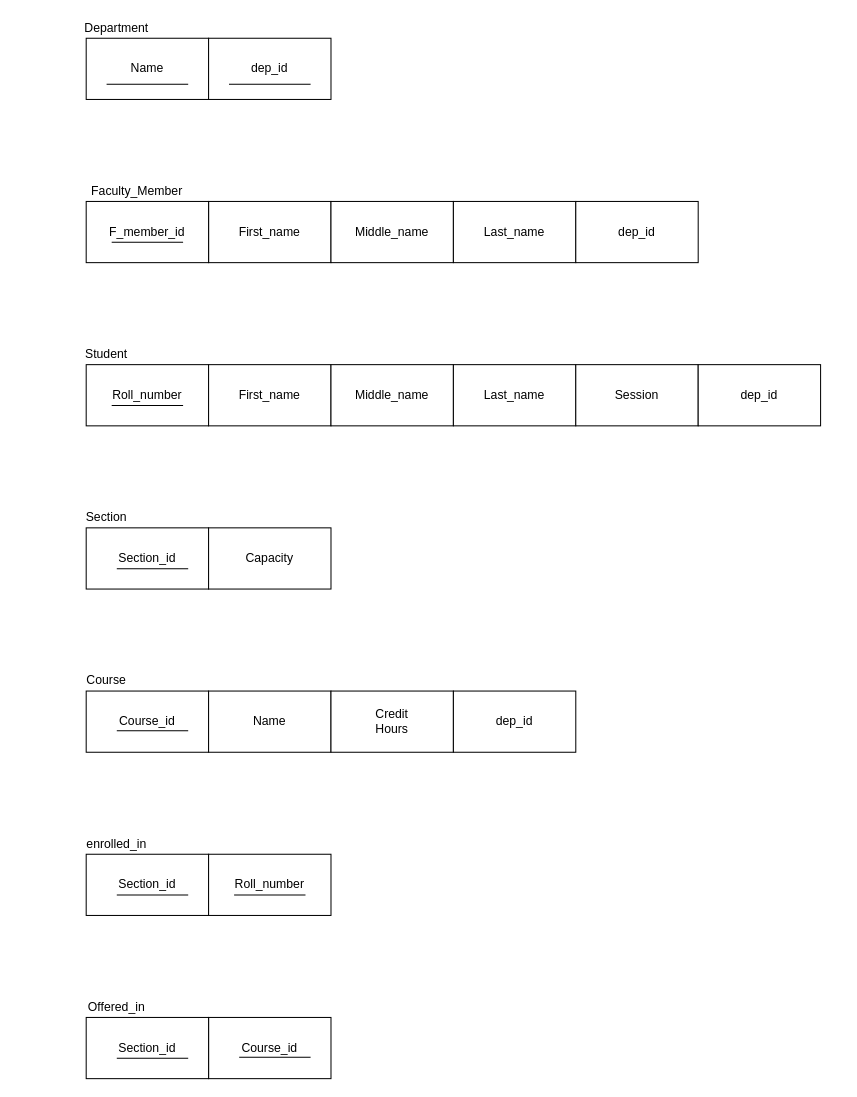
This is LAB 1 relational Schema.drawio from MuhammadIrfan92/Database-Engineering-Semester-7, a draw.io file, before an edit. Source tidied: cells renumbered, new cells numbered last; positions are measured from the earlier drawing's top-left corner, leaving out a move shared by most shapes. Both pictures are drawn from the tidied source at 102%, with x=0, y=0 at pixel (86, 17).
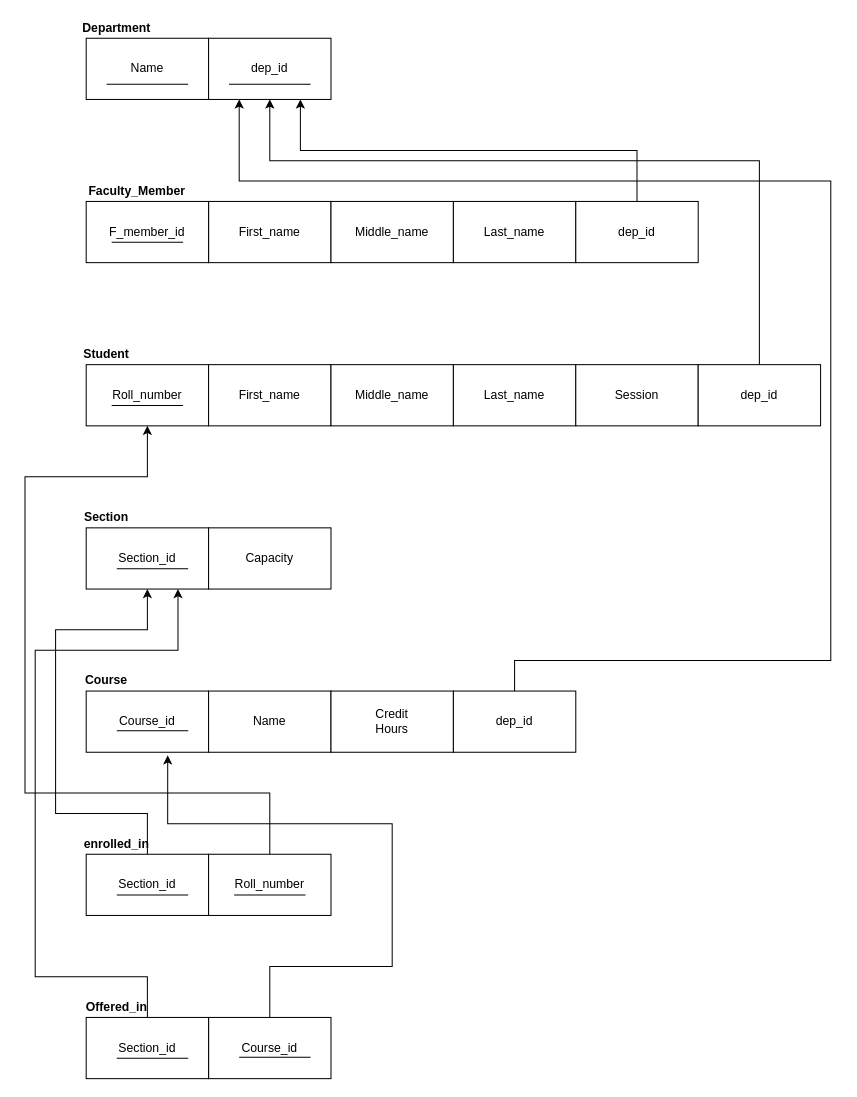
The same page after the edit.

The change refers to these unchanged cells:
```xml
<mxCell id="3" style="rounded=0;whiteSpace=wrap;html=1;" parent="1" vertex="1">
  <mxGeometry x="120" y="20" width="120" height="60" as="geometry" />
</mxCell>
<mxCell id="8" style="rounded=0;whiteSpace=wrap;html=1;" parent="1" vertex="1">
  <mxGeometry x="480" y="180" width="120" height="60" as="geometry" />
</mxCell>
<mxCell id="9" style="rounded=0;whiteSpace=wrap;html=1;" parent="1" vertex="1">
  <mxGeometry y="340" width="120" height="60" as="geometry" />
</mxCell>
<mxCell id="14" style="rounded=0;whiteSpace=wrap;html=1;" parent="1" vertex="1">
  <mxGeometry x="600" y="340" width="120" height="60" as="geometry" />
</mxCell>
<mxCell id="15" style="rounded=0;whiteSpace=wrap;html=1;" parent="1" vertex="1">
  <mxGeometry y="500" width="120" height="60" as="geometry" />
</mxCell>
<mxCell id="17" style="rounded=0;whiteSpace=wrap;html=1;" parent="1" vertex="1">
  <mxGeometry y="660" width="120" height="60" as="geometry" />
</mxCell>
<mxCell id="20" style="rounded=0;whiteSpace=wrap;html=1;" parent="1" vertex="1">
  <mxGeometry x="360" y="660" width="120" height="60" as="geometry" />
</mxCell>
<mxCell id="52" style="rounded=0;whiteSpace=wrap;html=1;" parent="1" vertex="1">
  <mxGeometry y="820" width="120" height="60" as="geometry" />
</mxCell>
<mxCell id="55" style="rounded=0;whiteSpace=wrap;html=1;" parent="1" vertex="1">
  <mxGeometry x="120" y="980" width="120" height="60" as="geometry" />
</mxCell>
<mxCell id="58" style="rounded=0;whiteSpace=wrap;html=1;" parent="1" vertex="1">
  <mxGeometry y="980" width="120" height="60" as="geometry" />
</mxCell>
<mxCell id="62" style="rounded=0;whiteSpace=wrap;html=1;" parent="1" vertex="1">
  <mxGeometry x="120" y="820" width="120" height="60" as="geometry" />
</mxCell>
```

What changed in the source:
```diff
@@
+    <mxCell id="65" style="edgeStyle=orthogonalEdgeStyle;rounded=0;jettySize=auto;html=1;exitX=0.5;exitY=0;exitDx=0;exitDy=0;entryX=0.75;entryY=1;entryDx=0;entryDy=0;" parent="1" edge="1" source="8" target="3">
+      <mxGeometry relative="1" as="geometry" />
+    </mxCell>
@@
+    <mxCell id="66" style="edgeStyle=orthogonalEdgeStyle;rounded=0;jettySize=auto;html=1;exitX=0.5;exitY=0;exitDx=0;exitDy=0;entryX=0.5;entryY=1;entryDx=0;entryDy=0;" parent="1" edge="1" source="14" target="3">
+      <mxGeometry relative="1" as="geometry">
+        <Array as="points">
+          <mxPoint x="660" y="140" />
+          <mxPoint x="180" y="140" />
+        </Array>
+      </mxGeometry>
+    </mxCell>
@@
+    <mxCell id="67" style="edgeStyle=orthogonalEdgeStyle;rounded=0;jettySize=auto;html=1;exitX=0.5;exitY=0;exitDx=0;exitDy=0;entryX=0.25;entryY=1;entryDx=0;entryDy=0;" parent="1" edge="1" source="20" target="3">
+      <mxGeometry relative="1" as="geometry">
+        <Array as="points">
+          <mxPoint x="420" y="630" />
+          <mxPoint x="730" y="630" />
+          <mxPoint x="730" y="160" />
+          <mxPoint x="150" y="160" />
+        </Array>
+      </mxGeometry>
+    </mxCell>
@@
-    <mxCell id="21" value="Department" style="text;html=1;strokeColor=none;fillColor=none;align=center;verticalAlign=middle;whiteSpace=wrap;rounded=0;" parent="1" vertex="1">
+    <mxCell id="21" value="&lt;b&gt;Department&lt;/b&gt;" style="text;html=1;strokeColor=none;fillColor=none;align=center;verticalAlign=middle;whiteSpace=wrap;rounded=0;" parent="1" vertex="1">
       <mxGeometry x="10" width="40" height="20" as="geometry" />
     </mxCell>
@@
-    <mxCell id="26" value="Faculty_Member" style="text;html=1;strokeColor=none;fillColor=none;align=center;verticalAlign=middle;whiteSpace=wrap;rounded=0;" parent="1" vertex="1">
+    <mxCell id="26" value="&lt;b&gt;Faculty_Member&lt;/b&gt;" style="text;html=1;strokeColor=none;fillColor=none;align=center;verticalAlign=middle;whiteSpace=wrap;rounded=0;" parent="1" vertex="1">
       <mxGeometry x="30" y="160" width="40" height="20" as="geometry" />
     </mxCell>
@@
-    <mxCell id="38" value="Student" style="text;html=1;strokeColor=none;fillColor=none;align=center;verticalAlign=middle;whiteSpace=wrap;rounded=0;" parent="1" vertex="1">
+    <mxCell id="38" value="&lt;b&gt;Student&lt;/b&gt;" style="text;html=1;strokeColor=none;fillColor=none;align=center;verticalAlign=middle;whiteSpace=wrap;rounded=0;" parent="1" vertex="1">
       <mxGeometry y="320" width="40" height="20" as="geometry" />
     </mxCell>
@@
-    <mxCell id="45" value="enrolled_in" style="text;html=1;strokeColor=none;fillColor=none;align=center;verticalAlign=middle;whiteSpace=wrap;rounded=0;" parent="1" vertex="1">
+    <mxCell id="45" value="&lt;b&gt;enrolled_in&lt;/b&gt;" style="text;html=1;strokeColor=none;fillColor=none;align=center;verticalAlign=middle;whiteSpace=wrap;rounded=0;" parent="1" vertex="1">
       <mxGeometry x="10" y="800" width="40" height="20" as="geometry" />
     </mxCell>
-    <mxCell id="46" value="Course" style="text;html=1;strokeColor=none;fillColor=none;align=center;verticalAlign=middle;whiteSpace=wrap;rounded=0;" parent="1" vertex="1">
+    <mxCell id="46" value="&lt;b&gt;Course&lt;/b&gt;" style="text;html=1;strokeColor=none;fillColor=none;align=center;verticalAlign=middle;whiteSpace=wrap;rounded=0;" parent="1" vertex="1">
       <mxGeometry y="640" width="40" height="20" as="geometry" />
     </mxCell>
-    <mxCell id="47" value="Section" style="text;html=1;strokeColor=none;fillColor=none;align=center;verticalAlign=middle;whiteSpace=wrap;rounded=0;" parent="1" vertex="1">
+    <mxCell id="47" value="&lt;b&gt;Section&lt;/b&gt;" style="text;html=1;strokeColor=none;fillColor=none;align=center;verticalAlign=middle;whiteSpace=wrap;rounded=0;" parent="1" vertex="1">
       <mxGeometry y="480" width="40" height="20" as="geometry" />
     </mxCell>
@@
+    <mxCell id="68" style="edgeStyle=orthogonalEdgeStyle;rounded=0;jettySize=auto;html=1;entryX=0.5;entryY=1;entryDx=0;entryDy=0;" parent="1" edge="1" source="52" target="15">
+      <mxGeometry relative="1" as="geometry">
+        <Array as="points">
+          <mxPoint x="60" y="780" />
+          <mxPoint x="-30" y="780" />
+          <mxPoint x="-30" y="600" />
+          <mxPoint x="60" y="600" />
+        </Array>
+      </mxGeometry>
+    </mxCell>
@@
+    <mxCell id="69" style="edgeStyle=orthogonalEdgeStyle;rounded=0;jettySize=auto;html=1;entryX=0.666;entryY=1.051;entryDx=0;entryDy=0;entryPerimeter=0;" parent="1" edge="1" source="55" target="17">
+      <mxGeometry relative="1" as="geometry">
+        <Array as="points">
+          <mxPoint x="180" y="930" />
+          <mxPoint x="300" y="930" />
+          <mxPoint x="300" y="790" />
+          <mxPoint x="80" y="790" />
+        </Array>
+      </mxGeometry>
+    </mxCell>
@@
+    <mxCell id="70" style="edgeStyle=orthogonalEdgeStyle;rounded=0;jettySize=auto;html=1;entryX=0.75;entryY=1;entryDx=0;entryDy=0;" parent="1" edge="1" source="58" target="15">
+      <mxGeometry relative="1" as="geometry">
+        <Array as="points">
+          <mxPoint x="60" y="940" />
+          <mxPoint x="-50" y="940" />
+          <mxPoint x="-50" y="620" />
+          <mxPoint x="90" y="620" />
+        </Array>
+      </mxGeometry>
+    </mxCell>
@@
-    <mxCell id="61" value="Offered_in" style="text;html=1;strokeColor=none;fillColor=none;align=center;verticalAlign=middle;whiteSpace=wrap;rounded=0;" parent="1" vertex="1">
+    <mxCell id="61" value="&lt;b&gt;Offered_in&lt;/b&gt;" style="text;html=1;strokeColor=none;fillColor=none;align=center;verticalAlign=middle;whiteSpace=wrap;rounded=0;" parent="1" vertex="1">
       <mxGeometry x="10" y="960" width="40" height="20" as="geometry" />
     </mxCell>
+    <mxCell id="71" style="edgeStyle=orthogonalEdgeStyle;rounded=0;jettySize=auto;html=1;entryX=0.5;entryY=1;entryDx=0;entryDy=0;" parent="1" edge="1" source="62" target="9">
+      <mxGeometry relative="1" as="geometry">
+        <Array as="points">
+          <mxPoint x="180" y="760" />
+          <mxPoint x="-60" y="760" />
+          <mxPoint x="-60" y="450" />
+          <mxPoint x="60" y="450" />
+        </Array>
+      </mxGeometry>
+    </mxCell>
```
